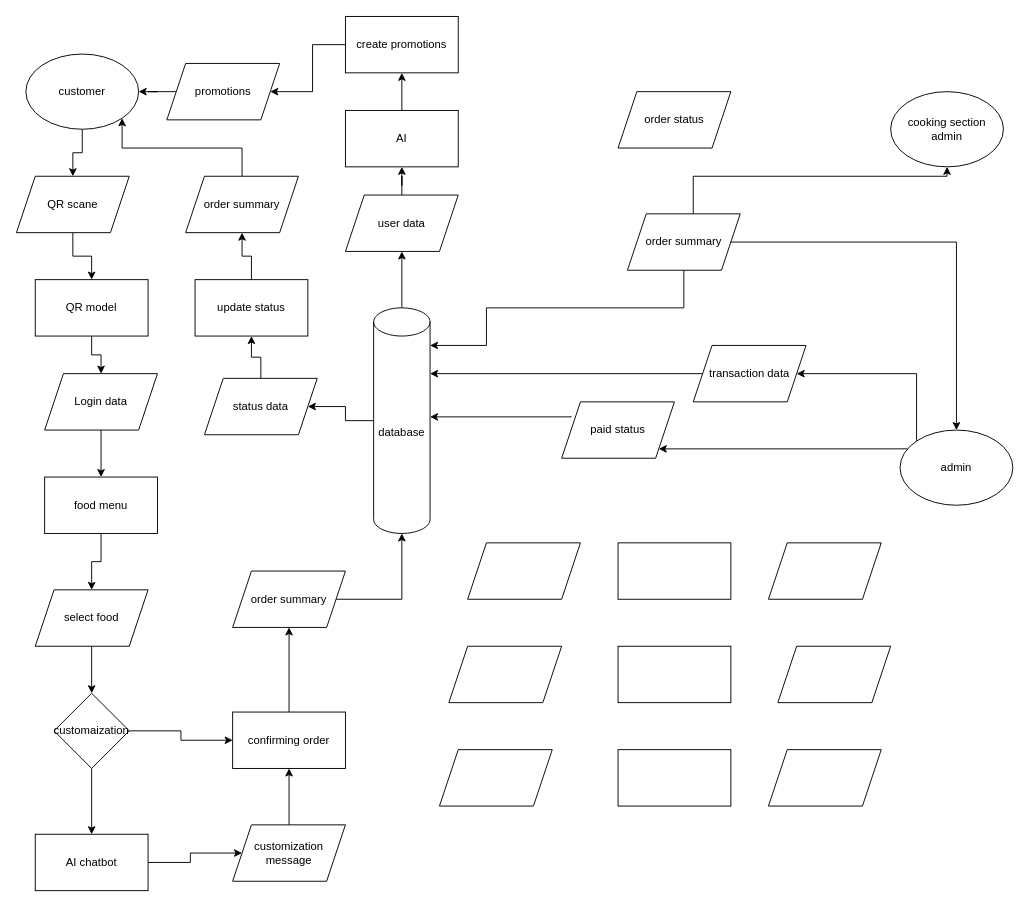
deleshan/puthurep keeps this draw.io diagram as rms 2 Diagram.drawio. Above is the earlier version. Source tidied: cells renumbered, new cells numbered last; positions are measured from the earlier drawing's top-left corner, leaving out a move shared by most shapes. Both pictures are drawn from the tidied source at 94%, with x=0, y=0 at pixel (16, 16).
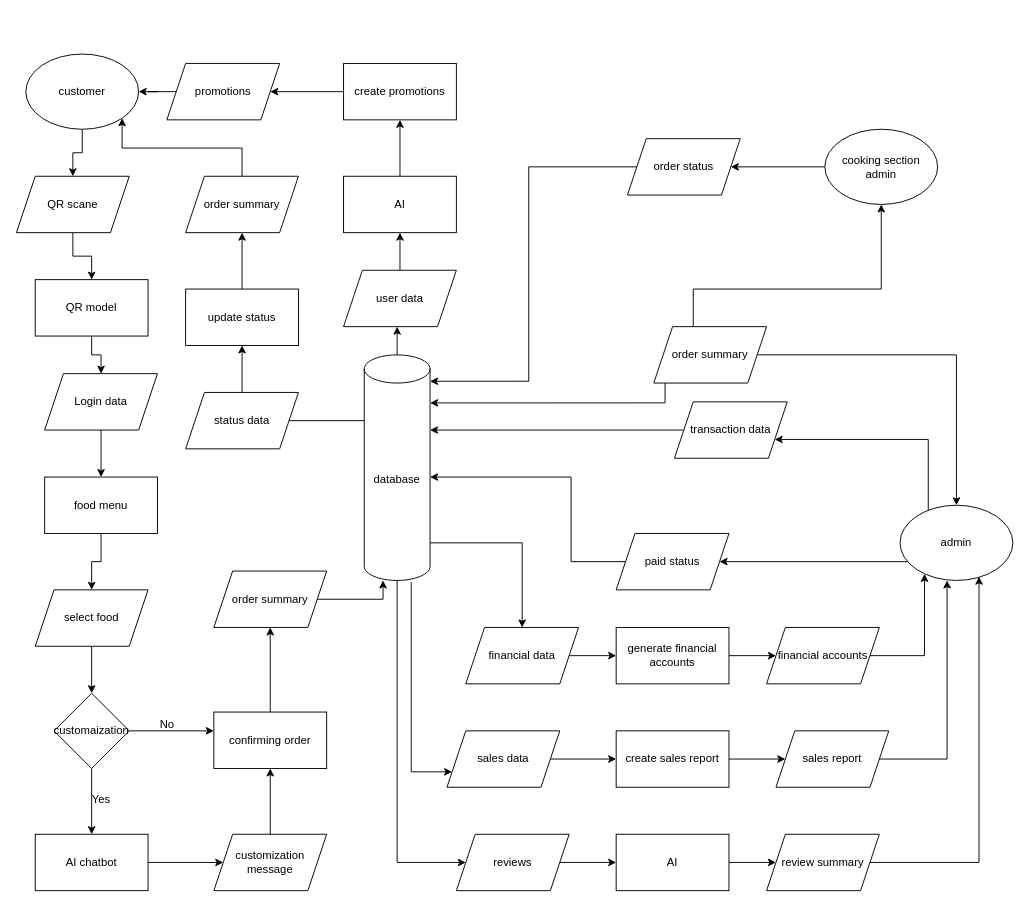
The same diagram, later.

Unchanged cells that the change refers to:
```xml
<mxCell id="21" value="customaization" style="rhombus;whiteSpace=wrap;html=1;" parent="1" vertex="1">
  <mxGeometry x="40" y="720" width="80" height="80" as="geometry" />
</mxCell>
<mxCell id="23" value="AI chatbot" style="rounded=0;whiteSpace=wrap;html=1;" parent="1" vertex="1">
  <mxGeometry x="20" y="870" width="120" height="60" as="geometry" />
</mxCell>
```

What changed in the source:
```diff
@@
     <mxCell id="6" style="edgeStyle=orthogonalEdgeStyle;rounded=0;jettySize=auto;html=1;" parent="1" edge="1" source="8" target="57">
       <mxGeometry relative="1" as="geometry">
         <Array as="points">
-          <mxPoint x="870" y="460" />
-          <mxPoint x="870" y="460" />
+          <mxPoint x="890" y="580" />
+          <mxPoint x="890" y="580" />
         </Array>
       </mxGeometry>
     </mxCell>
-    <mxCell id="7" style="edgeStyle=orthogonalEdgeStyle;rounded=0;jettySize=auto;html=1;exitX=0;exitY=0;exitDx=0;exitDy=0;" parent="1" edge="1" source="8" target="55">
+    <mxCell id="7" style="edgeStyle=orthogonalEdgeStyle;rounded=0;jettySize=auto;html=1;" parent="1" edge="1" source="8" target="55">
       <mxGeometry relative="1" as="geometry">
         <Array as="points">
-          <mxPoint x="958" y="380" />
+          <mxPoint x="970" y="450" />
         </Array>
       </mxGeometry>
     </mxCell>
     <mxCell id="8" value="admin" style="ellipse;whiteSpace=wrap;html=1;" parent="1" vertex="1">
-      <mxGeometry x="940" y="440" width="120" height="80" as="geometry" />
+      <mxGeometry x="940" y="520" width="120" height="80" as="geometry" />
     </mxCell>
+    <mxCell id="64" style="edgeStyle=orthogonalEdgeStyle;rounded=0;jettySize=auto;html=1;entryX=1;entryY=0.5;entryDx=0;entryDy=0;" parent="1" edge="1" source="9" target="36">
+      <mxGeometry relative="1" as="geometry" />
+    </mxCell>
     <mxCell id="9" value="cooking section admin" style="ellipse;whiteSpace=wrap;html=1;" parent="1" vertex="1">
-      <mxGeometry x="930" y="80" width="120" height="80" as="geometry" />
+      <mxGeometry x="860" y="120" width="120" height="80" as="geometry" />
     </mxCell>
     <mxCell id="10" style="edgeStyle=orthogonalEdgeStyle;rounded=0;jettySize=auto;html=1;" parent="1" edge="1" source="12" target="31">
-      <mxGeometry relative="1" as="geometry" />
+      <mxGeometry relative="1" as="geometry">
+        <Array as="points">
+          <mxPoint x="410" y="290" />
+          <mxPoint x="410" y="290" />
+        </Array>
+      </mxGeometry>
     </mxCell>
     <mxCell id="11" style="edgeStyle=orthogonalEdgeStyle;rounded=0;jettySize=auto;html=1;" parent="1" edge="1" source="12" target="61">
-      <mxGeometry relative="1" as="geometry" />
+      <mxGeometry relative="1" as="geometry">
+        <Array as="points">
+          <mxPoint x="370" y="415" />
+          <mxPoint x="370" y="415" />
+        </Array>
+      </mxGeometry>
     </mxCell>
+    <mxCell id="65" style="edgeStyle=orthogonalEdgeStyle;rounded=0;jettySize=auto;html=1;entryX=0;entryY=0.5;entryDx=0;entryDy=0;" parent="1" edge="1" source="12" target="45">
+      <mxGeometry relative="1" as="geometry">
+        <Array as="points">
+          <mxPoint x="405" y="900" />
+        </Array>
+      </mxGeometry>
+    </mxCell>
+    <mxCell id="66" style="edgeStyle=orthogonalEdgeStyle;rounded=0;jettySize=auto;html=1;entryX=0;entryY=0.75;entryDx=0;entryDy=0;exitX=0.714;exitY=1.008;exitDx=0;exitDy=0;exitPerimeter=0;" parent="1" edge="1" source="12" target="44">
+      <mxGeometry relative="1" as="geometry">
+        <Array as="points">
+          <mxPoint x="420" y="804" />
+          <mxPoint x="464" y="804" />
+        </Array>
+      </mxGeometry>
+    </mxCell>
+    <mxCell id="67" style="edgeStyle=orthogonalEdgeStyle;rounded=0;jettySize=auto;html=1;" parent="1" edge="1" source="12" target="43">
+      <mxGeometry relative="1" as="geometry">
+        <Array as="points">
+          <mxPoint x="538" y="560" />
+        </Array>
+      </mxGeometry>
+    </mxCell>
     <mxCell id="12" value="database" style="shape=cylinder3;whiteSpace=wrap;html=1;boundedLbl=1;backgroundOutline=1;size=15;" parent="1" vertex="1">
-      <mxGeometry x="380" y="310" width="60" height="240" as="geometry" />
+      <mxGeometry x="370" y="360" width="70" height="240" as="geometry" />
     </mxCell>
@@
     <mxCell id="20" style="edgeStyle=orthogonalEdgeStyle;rounded=0;jettySize=auto;html=1;" parent="1" edge="1" source="21" target="27">
-      <mxGeometry relative="1" as="geometry" />
+      <mxGeometry relative="1" as="geometry">
+        <Array as="points">
+          <mxPoint x="190" y="760" />
+          <mxPoint x="190" y="760" />
+        </Array>
+      </mxGeometry>
     </mxCell>
@@
     <mxCell id="22" style="edgeStyle=orthogonalEdgeStyle;rounded=0;jettySize=auto;html=1;" parent="1" edge="1" source="23" target="25">
-      <mxGeometry relative="1" as="geometry" />
+      <mxGeometry relative="1" as="geometry">
+        <Array as="points">
+          <mxPoint x="210" y="900" />
+          <mxPoint x="210" y="900" />
+        </Array>
+      </mxGeometry>
     </mxCell>
@@
     <mxCell id="25" value="customization message" style="shape=parallelogram;perimeter=parallelogramPerimeter;whiteSpace=wrap;html=1;fixedSize=1;" parent="1" vertex="1">
-      <mxGeometry x="230" y="860" width="120" height="60" as="geometry" />
+      <mxGeometry x="210" y="870" width="120" height="60" as="geometry" />
     </mxCell>
@@
     <mxCell id="27" value="confirming order" style="rounded=0;whiteSpace=wrap;html=1;" parent="1" vertex="1">
-      <mxGeometry x="230" y="740" width="120" height="60" as="geometry" />
+      <mxGeometry x="210" y="740" width="120" height="60" as="geometry" />
     </mxCell>
     <mxCell id="28" style="edgeStyle=orthogonalEdgeStyle;rounded=0;jettySize=auto;html=1;" parent="1" edge="1" source="29" target="12">
-      <mxGeometry relative="1" as="geometry" />
+      <mxGeometry relative="1" as="geometry">
+        <Array as="points">
+          <mxPoint x="390" y="620" />
+        </Array>
+      </mxGeometry>
     </mxCell>
     <mxCell id="29" value="order summary" style="shape=parallelogram;perimeter=parallelogramPerimeter;whiteSpace=wrap;html=1;fixedSize=1;" parent="1" vertex="1">
-      <mxGeometry x="230" y="590" width="120" height="60" as="geometry" />
+      <mxGeometry x="210" y="590" width="120" height="60" as="geometry" />
     </mxCell>
@@
     <mxCell id="31" value="user data" style="shape=parallelogram;perimeter=parallelogramPerimeter;whiteSpace=wrap;html=1;fixedSize=1;" parent="1" vertex="1">
-      <mxGeometry x="350" y="190" width="120" height="60" as="geometry" />
+      <mxGeometry x="348" y="270" width="120" height="60" as="geometry" />
     </mxCell>
@@
     <mxCell id="33" value="AI" style="rounded=0;whiteSpace=wrap;html=1;" parent="1" vertex="1">
-      <mxGeometry x="350" y="100" width="120" height="60" as="geometry" />
+      <mxGeometry x="348" y="170" width="120" height="60" as="geometry" />
     </mxCell>
@@
     <mxCell id="36" value="order status" style="shape=parallelogram;perimeter=parallelogramPerimeter;whiteSpace=wrap;html=1;fixedSize=1;" parent="1" vertex="1">
-      <mxGeometry x="640" y="80" width="120" height="60" as="geometry" />
+      <mxGeometry x="650" y="130" width="120" height="60" as="geometry" />
     </mxCell>
-    <mxCell id="37" style="edgeStyle=orthogonalEdgeStyle;rounded=0;jettySize=auto;html=1;" parent="1" edge="1" source="40" target="12">
+    <mxCell id="37" style="edgeStyle=orthogonalEdgeStyle;rounded=0;jettySize=auto;html=1;entryX=1.001;entryY=0.213;entryDx=0;entryDy=0;entryPerimeter=0;" parent="1" edge="1" source="40" target="12">
       <mxGeometry relative="1" as="geometry">
         <Array as="points">
-          <mxPoint x="500" y="310" />
-          <mxPoint x="500" y="350" />
+          <mxPoint x="690" y="411" />
         </Array>
       </mxGeometry>
     </mxCell>
@@
-    <mxCell id="39" style="edgeStyle=orthogonalEdgeStyle;rounded=0;jettySize=auto;html=1;" parent="1" edge="1" source="40" target="9">
+    <mxCell id="39" style="edgeStyle=orthogonalEdgeStyle;rounded=0;jettySize=auto;html=1;entryX=0.5;entryY=1;entryDx=0;entryDy=0;" parent="1" edge="1" source="40" target="9">
       <mxGeometry relative="1" as="geometry">
         <Array as="points">
-          <mxPoint x="720" y="170" />
-          <mxPoint x="990" y="170" />
+          <mxPoint x="720" y="290" />
+          <mxPoint x="920" y="290" />
         </Array>
       </mxGeometry>
     </mxCell>
     <mxCell id="40" value="order summary" style="shape=parallelogram;perimeter=parallelogramPerimeter;whiteSpace=wrap;html=1;fixedSize=1;" parent="1" vertex="1">
-      <mxGeometry x="650" y="210" width="120" height="60" as="geometry" />
+      <mxGeometry x="678" y="330" width="120" height="60" as="geometry" />
     </mxCell>
@@
+    <mxCell id="68" style="edgeStyle=orthogonalEdgeStyle;rounded=0;jettySize=auto;html=1;entryX=0;entryY=0.5;entryDx=0;entryDy=0;" parent="1" edge="1" source="43" target="48">
+      <mxGeometry relative="1" as="geometry" />
+    </mxCell>
-    <mxCell id="43" style="shape=parallelogram;perimeter=parallelogramPerimeter;whiteSpace=wrap;html=1;fixedSize=1;" parent="1" vertex="1">
-      <mxGeometry x="480" y="560" width="120" height="60" as="geometry" />
+    <mxCell id="43" value="financial data" style="shape=parallelogram;perimeter=parallelogramPerimeter;whiteSpace=wrap;html=1;fixedSize=1;" parent="1" vertex="1">
+      <mxGeometry x="478" y="650" width="120" height="60" as="geometry" />
     </mxCell>
+    <mxCell id="69" style="edgeStyle=orthogonalEdgeStyle;rounded=0;jettySize=auto;html=1;" parent="1" edge="1" source="44" target="50">
+      <mxGeometry relative="1" as="geometry" />
+    </mxCell>
-    <mxCell id="44" style="shape=parallelogram;perimeter=parallelogramPerimeter;whiteSpace=wrap;html=1;fixedSize=1;" parent="1" vertex="1">
-      <mxGeometry x="460" y="670" width="120" height="60" as="geometry" />
+    <mxCell id="44" value="sales data" style="shape=parallelogram;perimeter=parallelogramPerimeter;whiteSpace=wrap;html=1;fixedSize=1;" parent="1" vertex="1">
+      <mxGeometry x="458" y="760" width="120" height="60" as="geometry" />
     </mxCell>
+    <mxCell id="70" style="edgeStyle=orthogonalEdgeStyle;rounded=0;jettySize=auto;html=1;entryX=0;entryY=0.5;entryDx=0;entryDy=0;" parent="1" edge="1" source="45" target="52">
+      <mxGeometry relative="1" as="geometry" />
+    </mxCell>
-    <mxCell id="45" style="shape=parallelogram;perimeter=parallelogramPerimeter;whiteSpace=wrap;html=1;fixedSize=1;" parent="1" vertex="1">
-      <mxGeometry x="450" y="780" width="120" height="60" as="geometry" />
+    <mxCell id="45" value="reviews" style="shape=parallelogram;perimeter=parallelogramPerimeter;whiteSpace=wrap;html=1;fixedSize=1;" parent="1" vertex="1">
+      <mxGeometry x="468" y="870" width="120" height="60" as="geometry" />
     </mxCell>
@@
+    <mxCell id="71" style="edgeStyle=orthogonalEdgeStyle;rounded=0;jettySize=auto;html=1;entryX=0;entryY=0.5;entryDx=0;entryDy=0;" parent="1" edge="1" source="48" target="49">
+      <mxGeometry relative="1" as="geometry" />
+    </mxCell>
-    <mxCell id="48" style="rounded=0;whiteSpace=wrap;html=1;" parent="1" vertex="1">
-      <mxGeometry x="640" y="560" width="120" height="60" as="geometry" />
+    <mxCell id="48" value="generate financial accounts" style="rounded=0;whiteSpace=wrap;html=1;" parent="1" vertex="1">
+      <mxGeometry x="638" y="650" width="120" height="60" as="geometry" />
     </mxCell>
-    <mxCell id="49" style="shape=parallelogram;perimeter=parallelogramPerimeter;whiteSpace=wrap;html=1;fixedSize=1;" parent="1" vertex="1">
-      <mxGeometry x="800" y="560" width="120" height="60" as="geometry" />
+    <mxCell id="49" value="financial accounts" style="shape=parallelogram;perimeter=parallelogramPerimeter;whiteSpace=wrap;html=1;fixedSize=1;" parent="1" vertex="1">
+      <mxGeometry x="798" y="650" width="120" height="60" as="geometry" />
     </mxCell>
+    <mxCell id="72" style="edgeStyle=orthogonalEdgeStyle;rounded=0;jettySize=auto;html=1;" parent="1" edge="1" source="50" target="51">
+      <mxGeometry relative="1" as="geometry" />
+    </mxCell>
-    <mxCell id="50" style="rounded=0;whiteSpace=wrap;html=1;" parent="1" vertex="1">
-      <mxGeometry x="640" y="670" width="120" height="60" as="geometry" />
+    <mxCell id="50" value="create sales report" style="rounded=0;whiteSpace=wrap;html=1;" parent="1" vertex="1">
+      <mxGeometry x="638" y="760" width="120" height="60" as="geometry" />
     </mxCell>
-    <mxCell id="51" style="shape=parallelogram;perimeter=parallelogramPerimeter;whiteSpace=wrap;html=1;fixedSize=1;" parent="1" vertex="1">
-      <mxGeometry x="810" y="670" width="120" height="60" as="geometry" />
+    <mxCell id="51" value="sales report" style="shape=parallelogram;perimeter=parallelogramPerimeter;whiteSpace=wrap;html=1;fixedSize=1;" parent="1" vertex="1">
+      <mxGeometry x="808" y="760" width="120" height="60" as="geometry" />
     </mxCell>
+    <mxCell id="73" style="edgeStyle=orthogonalEdgeStyle;rounded=0;jettySize=auto;html=1;entryX=0;entryY=0.5;entryDx=0;entryDy=0;" parent="1" edge="1" source="52" target="53">
+      <mxGeometry relative="1" as="geometry" />
+    </mxCell>
-    <mxCell id="52" style="rounded=0;whiteSpace=wrap;html=1;" parent="1" vertex="1">
-      <mxGeometry x="640" y="780" width="120" height="60" as="geometry" />
+    <mxCell id="52" value="AI" style="rounded=0;whiteSpace=wrap;html=1;" parent="1" vertex="1">
+      <mxGeometry x="638" y="870" width="120" height="60" as="geometry" />
     </mxCell>
-    <mxCell id="53" style="shape=parallelogram;perimeter=parallelogramPerimeter;whiteSpace=wrap;html=1;fixedSize=1;" parent="1" vertex="1">
-      <mxGeometry x="800" y="780" width="120" height="60" as="geometry" />
+    <mxCell id="53" value="review summary" style="shape=parallelogram;perimeter=parallelogramPerimeter;whiteSpace=wrap;html=1;fixedSize=1;" parent="1" vertex="1">
+      <mxGeometry x="798" y="870" width="120" height="60" as="geometry" />
     </mxCell>
     <mxCell id="54" style="edgeStyle=orthogonalEdgeStyle;rounded=0;jettySize=auto;html=1;" parent="1" edge="1" source="55" target="12">
       <mxGeometry relative="1" as="geometry">
         <Array as="points">
-          <mxPoint x="510" y="380" />
-          <mxPoint x="510" y="380" />
+          <mxPoint x="780" y="450" />
         </Array>
       </mxGeometry>
     </mxCell>
     <mxCell id="55" value="transaction data" style="shape=parallelogram;perimeter=parallelogramPerimeter;whiteSpace=wrap;html=1;fixedSize=1;" parent="1" vertex="1">
-      <mxGeometry x="720" y="350" width="120" height="60" as="geometry" />
+      <mxGeometry x="700" y="410" width="120" height="60" as="geometry" />
     </mxCell>
-    <mxCell id="56" style="edgeStyle=orthogonalEdgeStyle;rounded=0;jettySize=auto;html=1;" parent="1" edge="1" target="12">
+    <mxCell id="56" style="edgeStyle=orthogonalEdgeStyle;rounded=0;jettySize=auto;html=1;exitX=0;exitY=0.5;exitDx=0;exitDy=0;" parent="1" edge="1" source="57" target="12">
       <mxGeometry relative="1" as="geometry">
-        <mxPoint x="590" y="425" as="sourcePoint" />
         <Array as="points">
-          <mxPoint x="590" y="426" />
+          <mxPoint x="590" y="580" />
+          <mxPoint x="590" y="490" />
         </Array>
       </mxGeometry>
     </mxCell>
     <mxCell id="57" value="paid status" style="shape=parallelogram;perimeter=parallelogramPerimeter;whiteSpace=wrap;html=1;fixedSize=1;" parent="1" vertex="1">
-      <mxGeometry x="580" y="410" width="120" height="60" as="geometry" />
+      <mxGeometry x="638" y="550" width="120" height="60" as="geometry" />
     </mxCell>
@@
     <mxCell id="59" value="update status" style="rounded=0;whiteSpace=wrap;html=1;" parent="1" vertex="1">
-      <mxGeometry x="190" y="280" width="120" height="60" as="geometry" />
+      <mxGeometry x="180" y="290" width="120" height="60" as="geometry" />
     </mxCell>
@@
     <mxCell id="61" value="status data" style="shape=parallelogram;perimeter=parallelogramPerimeter;whiteSpace=wrap;html=1;fixedSize=1;" parent="1" vertex="1">
-      <mxGeometry x="200" y="385" width="120" height="60" as="geometry" />
+      <mxGeometry x="180" y="400" width="120" height="60" as="geometry" />
     </mxCell>
@@
     <mxCell id="63" value="create promotions" style="rounded=0;whiteSpace=wrap;html=1;" parent="1" vertex="1">
-      <mxGeometry x="350" width="120" height="60" as="geometry" />
+      <mxGeometry x="348" y="50" width="120" height="60" as="geometry" />
     </mxCell>
+    <mxCell id="74" style="edgeStyle=orthogonalEdgeStyle;rounded=0;jettySize=auto;html=1;entryX=0.217;entryY=0.913;entryDx=0;entryDy=0;entryPerimeter=0;" parent="1" edge="1" source="49" target="8">
+      <mxGeometry relative="1" as="geometry" />
+    </mxCell>
+    <mxCell id="75" style="edgeStyle=orthogonalEdgeStyle;rounded=0;jettySize=auto;html=1;entryX=0.417;entryY=1;entryDx=0;entryDy=0;entryPerimeter=0;" parent="1" edge="1" source="51" target="8">
+      <mxGeometry relative="1" as="geometry" />
+    </mxCell>
+    <mxCell id="76" style="edgeStyle=orthogonalEdgeStyle;rounded=0;jettySize=auto;html=1;entryX=0.7;entryY=0.95;entryDx=0;entryDy=0;entryPerimeter=0;" parent="1" edge="1" source="53" target="8">
+      <mxGeometry relative="1" as="geometry" />
+    </mxCell>
+    <mxCell id="77" style="edgeStyle=orthogonalEdgeStyle;rounded=0;jettySize=auto;html=1;entryX=1;entryY=0.117;entryDx=0;entryDy=0;entryPerimeter=0;" parent="1" edge="1" source="36" target="12">
+      <mxGeometry relative="1" as="geometry" />
+    </mxCell>
+    <mxCell id="78" value="No" style="text;html=1;align=center;verticalAlign=middle;strokeColor=none;fillColor=none;" parent="1" vertex="1">
+      <mxGeometry x="140" y="738" width="40" height="30" as="geometry" />
+    </mxCell>
+    <mxCell id="79" value="Yes" style="text;html=1;align=center;verticalAlign=middle;strokeColor=none;fillColor=none;" parent="1" vertex="1">
+      <mxGeometry x="70" y="818" width="40" height="30" as="geometry" />
+    </mxCell>
```
